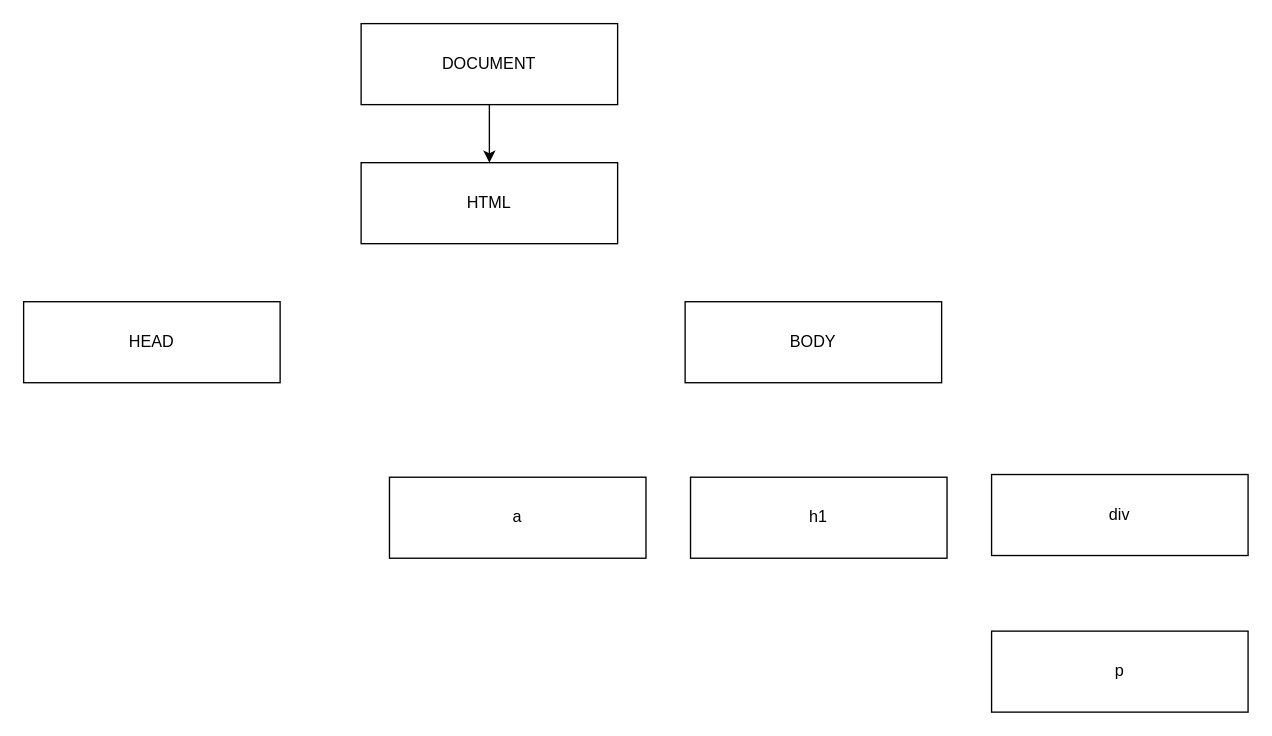
Above: Clase18/diagrama.drawio in nmfernandez1982/comision23562 (draw.io), before the change. Source tidied: cells renumbered, new cells numbered last; positions are measured from the earlier drawing's top-left corner, leaving out a move shared by most shapes. Both pictures are drawn from the tidied source at 135%, with x=0, y=0 at pixel (23, 23).
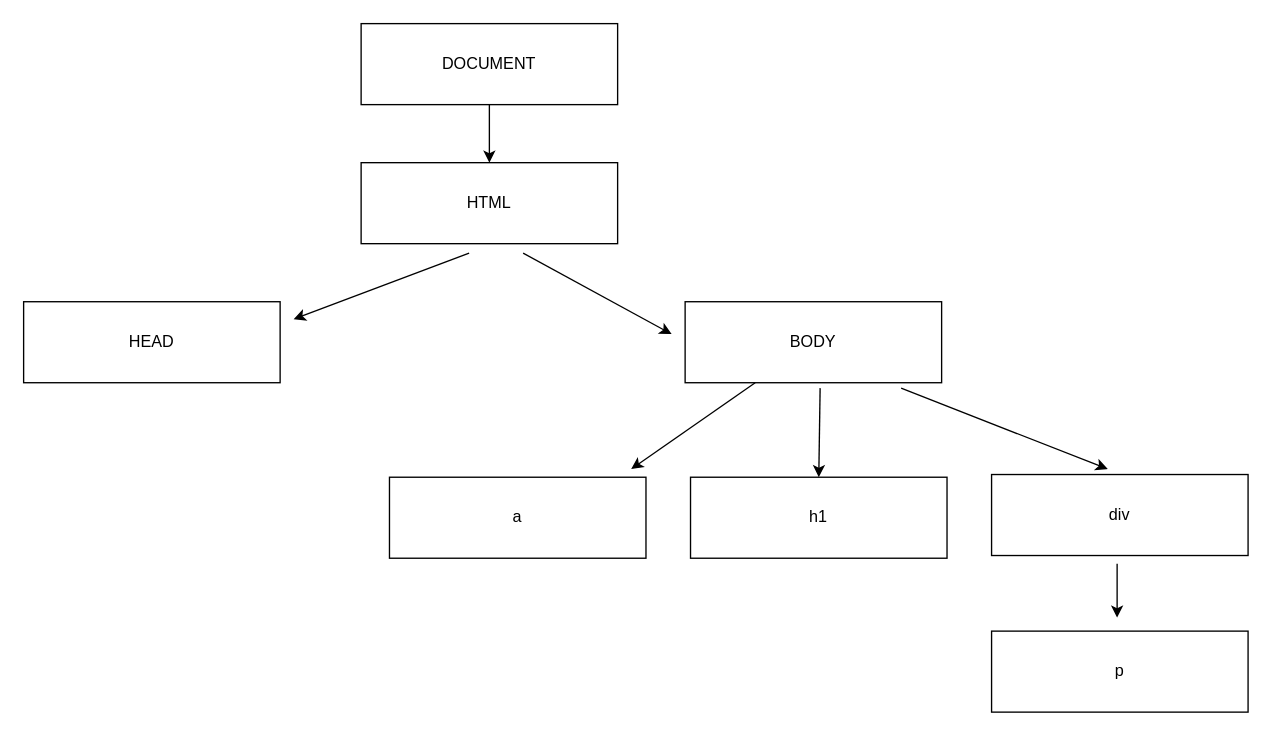
Above is the later version.

The change refers to these unchanged cells:
```xml
<mxCell id="5" value="BODY" style="rounded=0;whiteSpace=wrap;html=1;" parent="1" vertex="1">
  <mxGeometry x="490" y="206" width="190" height="60" as="geometry" />
</mxCell>
<mxCell id="7" value="h1" style="rounded=0;whiteSpace=wrap;html=1;" parent="1" vertex="1">
  <mxGeometry x="494" y="336" width="190" height="60" as="geometry" />
</mxCell>
<mxCell id="8" value="div" style="rounded=0;whiteSpace=wrap;html=1;" parent="1" vertex="1">
  <mxGeometry x="717" y="334" width="190" height="60" as="geometry" />
</mxCell>
```

Change to the diagram source:
```diff
@@
+    <mxCell id="11" style="endArrow=classic;html=1;rounded=0;" parent="1" edge="1">
+      <mxGeometry relative="1" as="geometry">
+        <mxPoint x="330" y="170" as="sourcePoint" />
+        <mxPoint x="200" y="219" as="targetPoint" />
+      </mxGeometry>
+    </mxCell>
+    <mxCell id="12" style="endArrow=classic;html=1;rounded=0;" parent="1" edge="1">
+      <mxGeometry relative="1" as="geometry">
+        <mxPoint x="370" y="170" as="sourcePoint" />
+        <mxPoint x="480" y="230" as="targetPoint" />
+      </mxGeometry>
+    </mxCell>
+    <mxCell id="13" style="endArrow=classic;html=1;rounded=0;" parent="1" edge="1" source="5">
+      <mxGeometry relative="1" as="geometry">
+        <mxPoint x="450" y="330" as="targetPoint" />
+      </mxGeometry>
+    </mxCell>
+    <mxCell id="14" style="endArrow=classic;html=1;rounded=0;entryX=0.5;entryY=0;entryDx=0;entryDy=0;" parent="1" edge="1" target="7">
+      <mxGeometry relative="1" as="geometry">
+        <mxPoint x="590" y="270" as="sourcePoint" />
+      </mxGeometry>
+    </mxCell>
+    <mxCell id="15" style="endArrow=classic;html=1;rounded=0;entryX=0.453;entryY=-0.067;entryDx=0;entryDy=0;entryPerimeter=0;" parent="1" edge="1" target="8">
+      <mxGeometry relative="1" as="geometry">
+        <mxPoint x="650" y="270" as="sourcePoint" />
+      </mxGeometry>
+    </mxCell>
+    <mxCell id="16" style="endArrow=classic;html=1;rounded=0;" parent="1" edge="1">
+      <mxGeometry relative="1" as="geometry">
+        <mxPoint x="810" y="400" as="sourcePoint" />
+        <mxPoint x="810" y="440" as="targetPoint" />
+      </mxGeometry>
+    </mxCell>
```
